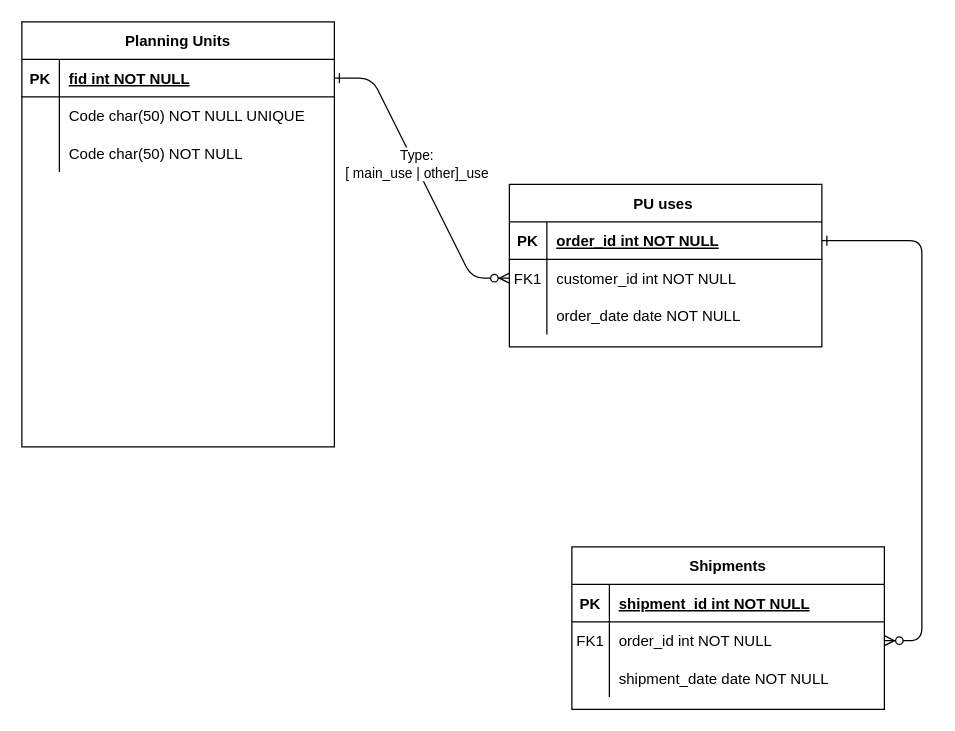
The draw.io diagram Untitled Diagram.drawio in amefad/documentation, before the edit. Source tidied: cells renumbered, new cells numbered last; positions are measured from the earlier drawing's top-left corner, leaving out a move shared by most shapes. Both pictures are drawn from the tidied source at 125%, with x=0, y=0 at pixel (21, 21).
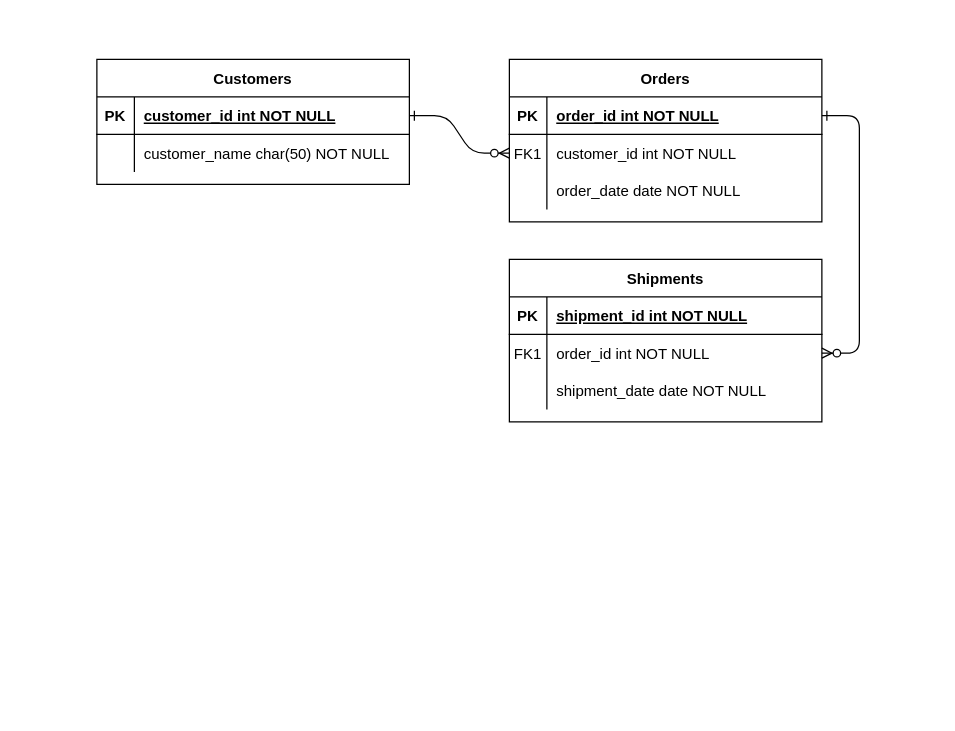
Above is the later version.

The change refers to these unchanged cells:
```xml
<mxCell id="2" style="edgeStyle=entityRelationEdgeStyle;endArrow=ERzeroToMany;startArrow=ERone;endFill=1;startFill=0;" parent="1" edge="1" source="26" target="9">
  <mxGeometry relative="1" as="geometry" />
</mxCell>
<mxCell id="26" style="shape=partialRectangle;fillColor=none;points=[[0,0.5],[1,0.5]];portConstraint=eastwest;top=0;left=0;right=0;bottom=1;" parent="25" vertex="1">
  <mxGeometry y="30" width="250" height="30" as="geometry" />
</mxCell>
<mxCell id="29" style="shape=partialRectangle;fillColor=none;top=0;left=0;right=0;bottom=0;" parent="25" vertex="1">
  <mxGeometry y="60" width="250" height="30" as="geometry" />
</mxCell>
```

Change to the diagram source:
```diff
@@
-    <mxCell id="3" value="Type:&lt;br&gt;[ main_use | other]_use" style="edgeLabel;html=1;align=center;verticalAlign=middle;" parent="2" vertex="1">
-      <mxGeometry x="-0.1" y="1" relative="1" as="geometry" />
-    </mxCell>
@@
-    <mxCell id="5" value="PU uses " style="shape=table;startSize=30;childLayout=tableLayout;rowLines=0;fontStyle=1;align=center;" parent="1" vertex="1">
-      <mxGeometry x="390" y="130" width="250" height="130" as="geometry" />
+    <mxCell id="5" value="Orders" style="shape=table;startSize=30;childLayout=tableLayout;rowLines=0;fontStyle=1;align=center;" parent="1" vertex="1">
+      <mxGeometry x="390" y="30" width="250" height="130" as="geometry" />
     </mxCell>
@@
     <mxCell id="15" value="Shipments" style="shape=table;startSize=30;childLayout=tableLayout;rowLines=0;fontStyle=1;align=center;" parent="1" vertex="1">
-      <mxGeometry x="440" y="420" width="250" height="130" as="geometry" />
+      <mxGeometry x="390" y="190" width="250" height="130" as="geometry" />
     </mxCell>
@@
-    <mxCell id="25" value="Planning Units" style="shape=table;startSize=30;childLayout=tableLayout;rowLines=0;fontStyle=1;align=center;" parent="1" vertex="1">
-      <mxGeometry width="250" height="340" as="geometry" />
+    <mxCell id="25" value="Customers" style="shape=table;startSize=30;childLayout=tableLayout;rowLines=0;fontStyle=1;align=center;" parent="1" vertex="1">
+      <mxGeometry x="60" y="30" width="250" height="100" as="geometry" />
     </mxCell>
@@
-    <mxCell id="28" value="fid int NOT NULL " style="shape=partialRectangle;overflow=hidden;fillColor=none;top=0;left=0;bottom=0;right=0;align=left;spacingLeft=6;fontStyle=5;" parent="26" vertex="1">
+    <mxCell id="28" value="customer_id int NOT NULL " style="shape=partialRectangle;overflow=hidden;fillColor=none;top=0;left=0;bottom=0;right=0;align=left;spacingLeft=6;fontStyle=5;" parent="26" vertex="1">
       <mxGeometry x="30" width="220" height="30" as="geometry" />
     </mxCell>
@@
-    <mxCell id="31" value="Code char(50) NOT NULL UNIQUE" style="shape=partialRectangle;overflow=hidden;fillColor=none;top=0;left=0;bottom=0;right=0;align=left;spacingLeft=6;" parent="29" vertex="1">
+    <mxCell id="31" value="customer_name char(50) NOT NULL" style="shape=partialRectangle;overflow=hidden;fillColor=none;top=0;left=0;bottom=0;right=0;align=left;spacingLeft=6;" parent="29" vertex="1">
       <mxGeometry x="30" width="220" height="30" as="geometry" />
     </mxCell>
-    <mxCell id="32" style="shape=partialRectangle;fillColor=none;top=0;left=0;right=0;bottom=0;" parent="25" vertex="1">
-      <mxGeometry y="90" width="250" height="30" as="geometry" />
-    </mxCell>
-    <mxCell id="33" style="shape=partialRectangle;overflow=hidden;fillColor=none;top=0;left=0;bottom=0;right=0;" parent="32" vertex="1">
-      <mxGeometry width="30" height="30" as="geometry" />
-    </mxCell>
-    <mxCell id="34" value="Code char(50) NOT NULL" style="shape=partialRectangle;overflow=hidden;fillColor=none;top=0;left=0;bottom=0;right=0;align=left;spacingLeft=6;" parent="32" vertex="1">
-      <mxGeometry x="30" width="220" height="30" as="geometry" />
-    </mxCell>
```
